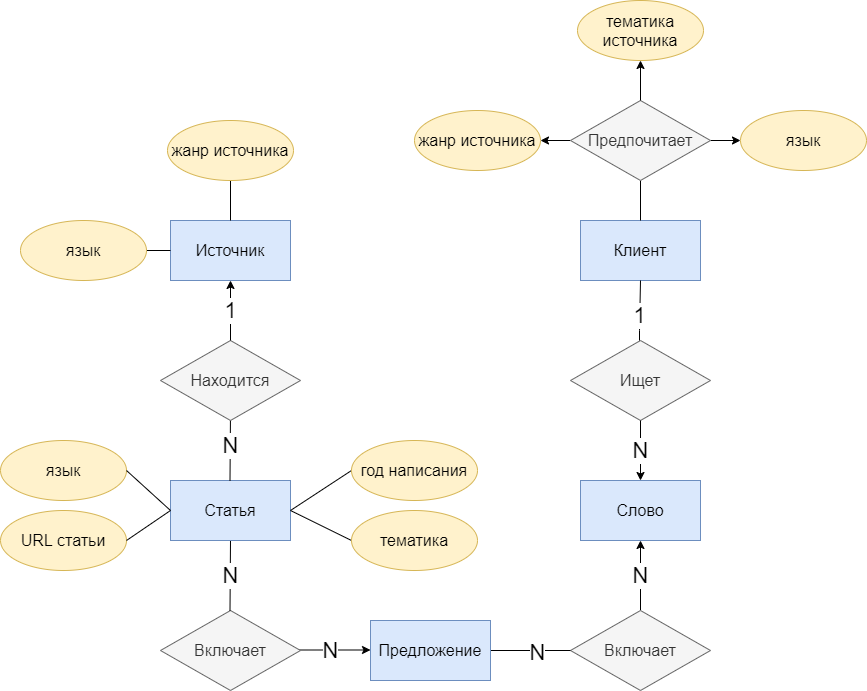
The draw.io diagram GetImage.png in AgeevAA/DB-project, before a commit. Source tidied: cells renumbered, new cells last; positions are measured from the earlier drawing's top-left corner, leaving out a move shared by most shapes.
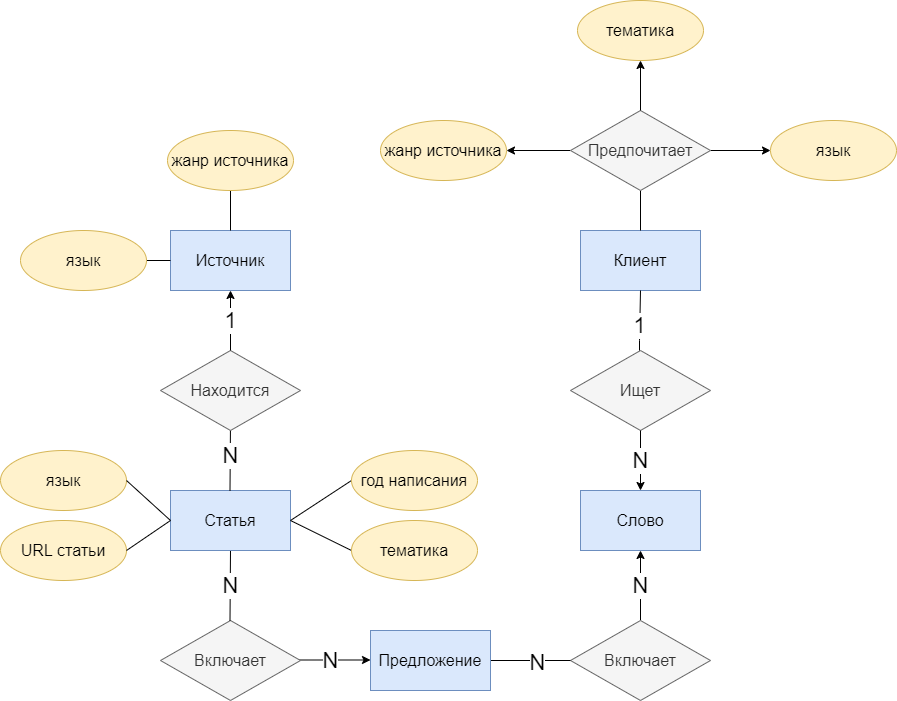
After the commit.

What changed in the source:
```diff
@@ -107,13 +107,13 @@
       <mxGeometry relative="1" as="geometry" />
     </mxCell>
     <mxCell id="27" value="&lt;font style=&quot;font-size: 16px&quot;&gt;жанр источника&lt;/font&gt;" style="ellipse;whiteSpace=wrap;html=1;fillColor=#fff2cc;strokeColor=#d6b656;" parent="1" vertex="1">
-      <mxGeometry x="414" y="110" width="126" height="60" as="geometry" />
+      <mxGeometry x="380" y="110" width="126" height="60" as="geometry" />
     </mxCell>
-    <mxCell id="28" value="&lt;span style=&quot;font-size: 16px&quot;&gt;тематика источника&lt;/span&gt;" style="ellipse;whiteSpace=wrap;html=1;fillColor=#fff2cc;strokeColor=#d6b656;" parent="1" vertex="1">
-      <mxGeometry x="577" width="126" height="60" as="geometry" />
+    <mxCell id="28" value="&lt;span style=&quot;font-size: 16px&quot;&gt;тематика&lt;/span&gt;" style="ellipse;whiteSpace=wrap;html=1;fillColor=#fff2cc;strokeColor=#d6b656;" parent="1" vertex="1">
+      <mxGeometry x="577" y="-10" width="126" height="60" as="geometry" />
     </mxCell>
     <mxCell id="29" value="&lt;span style=&quot;font-size: 16px&quot;&gt;язык&lt;/span&gt;" style="ellipse;whiteSpace=wrap;html=1;fillColor=#fff2cc;strokeColor=#d6b656;" parent="1" vertex="1">
-      <mxGeometry x="740" y="110" width="126" height="60" as="geometry" />
+      <mxGeometry x="770" y="110" width="126" height="60" as="geometry" />
     </mxCell>
     <mxCell id="30" value="&lt;font style=&quot;font-size: 16px&quot;&gt;Предпочитает&lt;/font&gt;" style="rhombus;whiteSpace=wrap;html=1;fillColor=#f5f5f5;strokeColor=#666666;fontColor=#333333;" parent="1" vertex="1">
       <mxGeometry x="570" y="100" width="140" height="80" as="geometry" />
```
